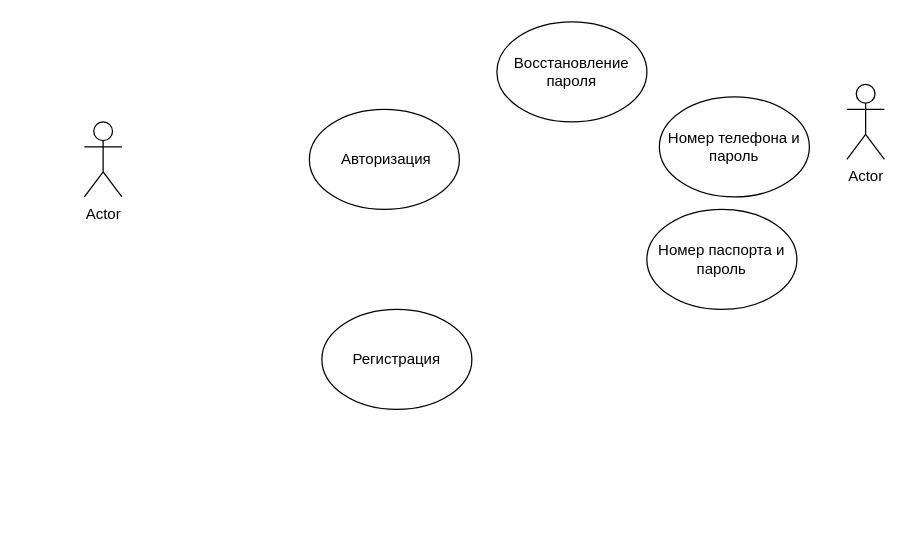
The draw.io diagram Диаграмма без названия.drawio in lanouri/AQARogozhina, before the edit. Source tidied: cells renumbered, new cells numbered last; positions are measured from the earlier drawing's top-left corner, leaving out a move shared by most shapes. Both pictures are drawn from the tidied source at 125%, with x=0, y=0 at pixel (84, 21).
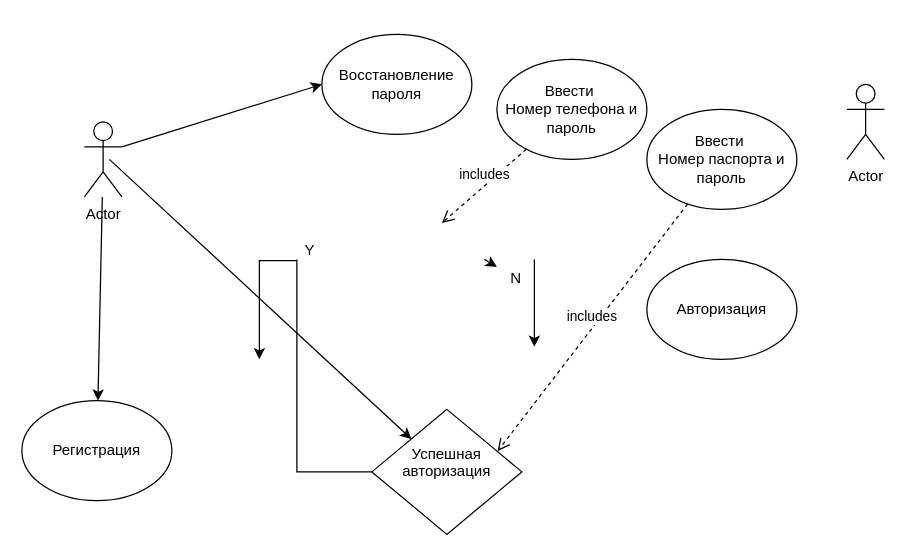
Above is the later version.

The change refers to these unchanged cells:
```xml
<mxCell id="2" value="Actor" style="shape=umlActor;verticalLabelPosition=bottom;verticalAlign=top;html=1;outlineConnect=0;" parent="1" vertex="1">
  <mxGeometry y="80" width="30" height="60" as="geometry" />
</mxCell>
```

What changed in the source:
```diff
@@
     <mxCell id="4" value="Регистрация" style="ellipse;whiteSpace=wrap;html=1;" parent="1" vertex="1">
-      <mxGeometry x="190" y="230" width="120" height="80" as="geometry" />
+      <mxGeometry x="-50" y="303" width="120" height="80" as="geometry" />
     </mxCell>
-    <mxCell id="5" value="&amp;nbsp;Авторизация" style="ellipse;whiteSpace=wrap;html=1;" parent="1" vertex="1">
-      <mxGeometry x="180" y="70" width="120" height="80" as="geometry" />
-    </mxCell>
     <mxCell id="6" value="Восстановление пароля" style="ellipse;whiteSpace=wrap;html=1;" parent="1" vertex="1">
-      <mxGeometry x="330" width="120" height="80" as="geometry" />
+      <mxGeometry x="190" y="10" width="120" height="80" as="geometry" />
     </mxCell>
-    <mxCell id="7" value="Номер телефона и пароль" style="ellipse;whiteSpace=wrap;html=1;" parent="1" vertex="1">
-      <mxGeometry x="460" y="60" width="120" height="80" as="geometry" />
+    <mxCell id="7" value="Ввести&amp;nbsp;&lt;div&gt;Номер телефона и пароль&lt;/div&gt;" style="ellipse;whiteSpace=wrap;html=1;" parent="1" vertex="1">
+      <mxGeometry x="330" y="30" width="120" height="80" as="geometry" />
     </mxCell>
-    <mxCell id="8" value="Номер паспорта и пароль" style="ellipse;whiteSpace=wrap;html=1;" parent="1" vertex="1">
-      <mxGeometry x="450" y="150" width="120" height="80" as="geometry" />
+    <mxCell id="8" value="Ввести&amp;nbsp;&lt;div&gt;Номер паспорта и пароль&lt;/div&gt;" style="ellipse;whiteSpace=wrap;html=1;" parent="1" vertex="1">
+      <mxGeometry x="450" y="70" width="120" height="80" as="geometry" />
     </mxCell>
+    <mxCell id="9" style="endArrow=classic;html=1;rounded=0;" parent="1" edge="1" target="15">
+      <mxGeometry relative="1" as="geometry">
+        <mxPoint x="20" y="110" as="sourcePoint" />
+      </mxGeometry>
+    </mxCell>
+    <mxCell id="10" style="endArrow=classic;html=1;rounded=0;" parent="1" edge="1" source="2" target="4">
+      <mxGeometry relative="1" as="geometry" />
+    </mxCell>
+    <mxCell id="11" style="endArrow=classic;html=1;rounded=0;exitX=1;exitY=0.3333333333333333;exitDx=0;exitDy=0;exitPerimeter=0;entryX=0;entryY=0.5;entryDx=0;entryDy=0;" parent="1" edge="1" source="2" target="6">
+      <mxGeometry relative="1" as="geometry" />
+    </mxCell>
+    <mxCell id="12" value="includes" style="html=1;verticalAlign=bottom;endArrow=open;dashed=1;endSize=8;curved=0;rounded=0;entryX=0.8;entryY=0.138;entryDx=0;entryDy=0;entryPerimeter=0;" parent="1" edge="1" source="7">
+      <mxGeometry relative="1" as="geometry">
+        <mxPoint x="286" y="161" as="targetPoint" />
+      </mxGeometry>
+    </mxCell>
+    <mxCell id="13" value="includes" style="html=1;verticalAlign=bottom;endArrow=open;dashed=1;endSize=8;curved=0;rounded=0;entryX=0.838;entryY=0.335;entryDx=0;entryDy=0;entryPerimeter=0;" parent="1" edge="1" source="8" target="15">
+      <mxGeometry relative="1" as="geometry" />
+    </mxCell>
+    <mxCell id="14" style="edgeStyle=orthogonalEdgeStyle;rounded=0;jettySize=auto;html=1;exitX=0;exitY=0.5;exitDx=0;exitDy=0;" parent="1" edge="1" source="15">
+      <mxGeometry relative="1" as="geometry">
+        <mxPoint x="140" y="270" as="targetPoint" />
+        <Array as="points">
+          <mxPoint x="170" y="190" />
+          <mxPoint x="170" y="191" />
+          <mxPoint x="140" y="191" />
+          <mxPoint x="140" y="250" />
+        </Array>
+      </mxGeometry>
+    </mxCell>
+    <mxCell id="15" value="Успешная авторизация&lt;div&gt;&lt;br&gt;&lt;/div&gt;" style="rhombus;whiteSpace=wrap;html=1;" parent="1" vertex="1">
+      <mxGeometry x="230" y="310" width="120" height="100" as="geometry" />
+    </mxCell>
+    <mxCell id="16" style="endArrow=classic;html=1;rounded=0;" parent="1" edge="1" source="19">
+      <mxGeometry relative="1" as="geometry">
+        <mxPoint x="360" y="260" as="targetPoint" />
+        <Array as="points">
+          <mxPoint x="360" y="190" />
+        </Array>
+      </mxGeometry>
+    </mxCell>
+    <mxCell id="17" value="Y" style="text;html=1;align=center;verticalAlign=middle;strokeColor=none;fillColor=none;" parent="1" vertex="1">
+      <mxGeometry x="165" y="168" width="30" height="30" as="geometry" />
+    </mxCell>
+    <mxCell id="5" value="Авторизация" style="ellipse;whiteSpace=wrap;html=1;" parent="1" vertex="1">
+      <mxGeometry x="450" y="190" width="120" height="80" as="geometry" />
+    </mxCell>
+    <mxCell id="18" style="endArrow=classic;html=1;rounded=0;" parent="1" edge="1" target="19">
+      <mxGeometry relative="1" as="geometry">
+        <mxPoint x="320" y="190" as="sourcePoint" />
+      </mxGeometry>
+    </mxCell>
+    <mxCell id="19" value="N" style="text;html=1;align=center;verticalAlign=middle;points=[];strokeColor=none;fillColor=none;" parent="1" vertex="1">
+      <mxGeometry x="330" y="190" width="30" height="30" as="geometry" />
+    </mxCell>
```
